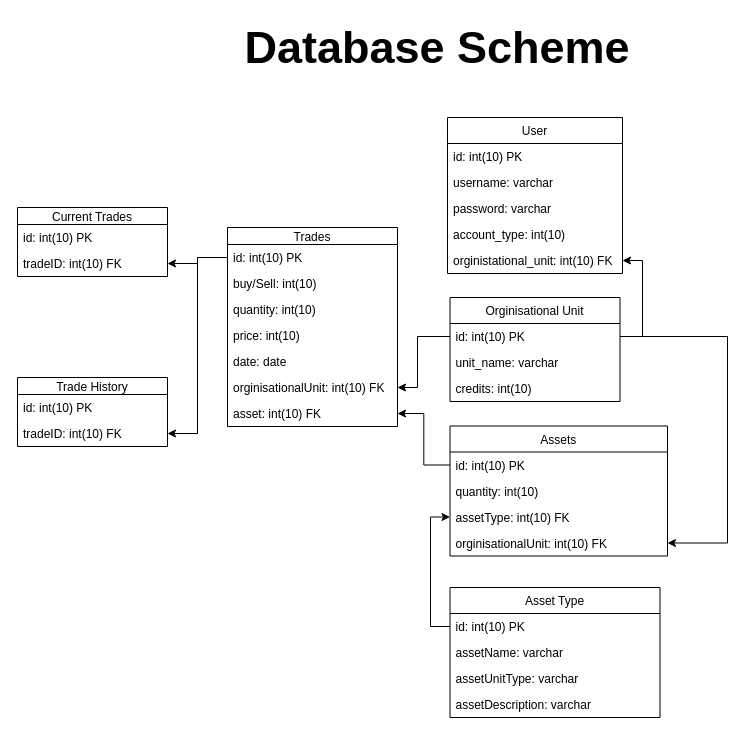
Earlier version of the draw.io diagram Project_Report/Database_Scheme_ORM.drawio (aash35/Assest-Trading-Platform). Source tidied: cells renumbered, new cells numbered last; positions are measured from the earlier drawing's top-left corner, leaving out a move shared by most shapes. Both pictures are drawn from the tidied source at 100%, with x=0, y=0 at pixel (17, 17).
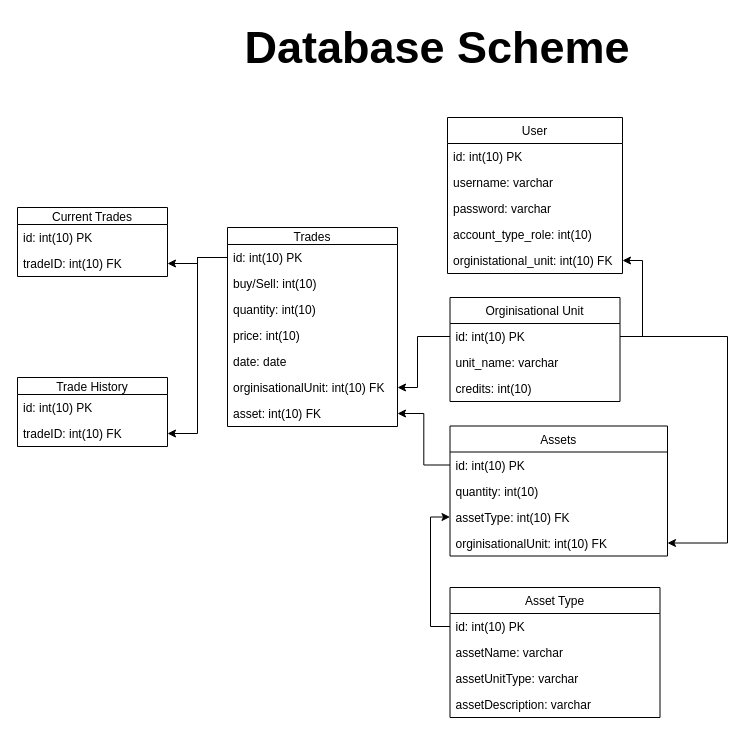
Above is the later version.

Commit message (it also covers changes not shown here):
Completed the Datavase_Scheme_ORM to have the basic structure of the database, updated the class diagram skeleton with some extra details

The change refers to these unchanged cells:
```xml
<mxCell id="10" value="User" style="swimlane;fontStyle=0;horizontal=1;startSize=26;fillColor=none;" parent="1" vertex="1">
  <mxGeometry x="430" y="100" width="175" height="156" as="geometry" />
</mxCell>
```

Change to the diagram source:
```diff
@@
-    <mxCell id="14" value="account_type: int(10)" style="text;strokeColor=none;fillColor=none;align=left;verticalAlign=top;spacingLeft=4;spacingRight=4;overflow=hidden;" parent="10" vertex="1">
+    <mxCell id="14" value="account_type_role: int(10)" style="text;strokeColor=none;fillColor=none;align=left;verticalAlign=top;spacingLeft=4;spacingRight=4;overflow=hidden;" parent="10" vertex="1">
       <mxGeometry y="104" width="175" height="26" as="geometry" />
     </mxCell>
```
